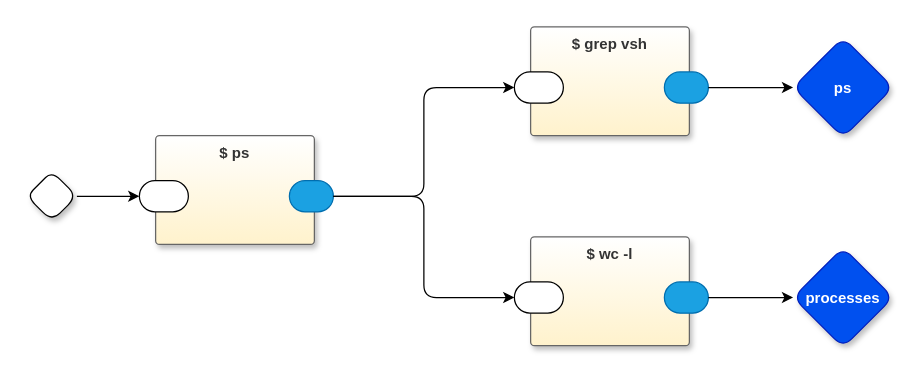
guitarvydas/vsh0d keeps this draw.io diagram as page "main" (1 of 2) of vsh0d.drawio. Above is the earlier version. Source tidied: cells renumbered, new cells numbered last; positions are measured from the earlier drawing's top-left corner, leaving out a move shared by most shapes. Both pictures are drawn from the tidied source at 125%, with x=0, y=0 at pixel (26, 26).
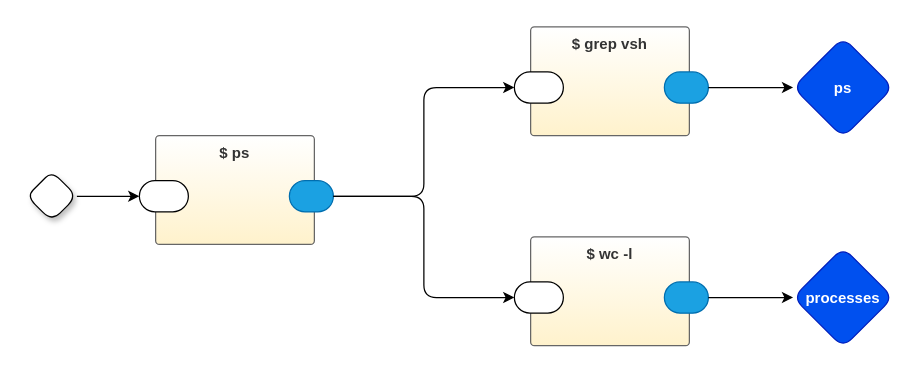
The same page after the edit.

Change to the diagram source:
```diff
@@
 <mxGraphModel>
   <root>
     <mxCell id="0" />
     <mxCell id="1" parent="0" />
     <mxCell id="2" style="edgeStyle=orthogonalEdgeStyle;rounded=1;jettySize=auto;html=1;exitX=1;exitY=0.5;exitDx=0;exitDy=0;exitPerimeter=0;entryX=0;entryY=0.5;entryDx=0;entryDy=0;entryPerimeter=0;" parent="1" edge="1" source="10" target="5">
       <mxGeometry relative="1" as="geometry" />
     </mxCell>
-    <mxCell id="3" value="ps" style="rhombus;whiteSpace=wrap;html=1;rounded=1;fillColor=#0050ef;fontColor=#ffffff;strokeColor=#001DBC;fontStyle=1;glass=0;sketch=0;fontSize=12;points=[[0,0.5,0,0,0],[0.5,0,0,0,0],[0.5,1,0,0,0],[1,0.5,0,0,0]];shadow=1;" parent="1" vertex="1">
+    <mxCell id="3" value="ps" style="rhombus;whiteSpace=wrap;html=1;rounded=1;fillColor=#0050ef;fontColor=#ffffff;strokeColor=#001DBC;fontStyle=1;glass=0;sketch=0;fontSize=12;points=[[0,0.5,0,0,0],[0.5,0,0,0,0],[0.5,1,0,0,0],[1,0.5,0,0,0]];shadow=0;" parent="1" vertex="1">
       <mxGeometry x="613" y="8.5" width="80" height="80" as="geometry" />
     </mxCell>
-    <mxCell id="4" value="$ ps" style="rounded=1;whiteSpace=wrap;html=1;sketch=0;verticalAlign=top;arcSize=6;fontStyle=1;absoluteArcSize=1;shadow=1;strokeColor=#666666;fillColor=#FFFFFF;fontColor=#333333;gradientColor=#FFF2CC;" parent="1" vertex="1">
+    <mxCell id="4" value="$ ps" style="rounded=1;whiteSpace=wrap;html=1;sketch=0;verticalAlign=top;arcSize=6;fontStyle=1;absoluteArcSize=1;shadow=0;strokeColor=#666666;fillColor=#FFFFFF;fontColor=#333333;gradientColor=#FFF2CC;" parent="1" vertex="1">
       <mxGeometry x="103" y="87" width="127" height="87" as="geometry" />
     </mxCell>
     <mxCell id="5" style="rounded=1;whiteSpace=wrap;html=1;sketch=0;points=[[0,0.5,0,0,0],[1,0.5,0,0,0]];arcSize=50;" parent="4" vertex="1">
       <mxGeometry x="-13" y="36" width="39.2" height="25" as="geometry" />
     </mxCell>
     <mxCell id="6" style="rounded=1;whiteSpace=wrap;html=1;sketch=0;points=[[0,0.5,0,0,0],[1,0.5,0,0,0]];fillColor=#1ba1e2;fontColor=#ffffff;strokeColor=#006EAF;arcSize=50;" parent="4" vertex="1">
       <mxGeometry x="107" y="36" width="35.2" height="25" as="geometry" />
     </mxCell>
-    <mxCell id="7" value="processes" style="rhombus;whiteSpace=wrap;html=1;rounded=1;fillColor=#0050ef;fontColor=#ffffff;strokeColor=#001DBC;fontStyle=1;glass=0;sketch=0;fontSize=12;points=[[0,0.5,0,0,0],[0.5,0,0,0,0],[0.5,1,0,0,0],[1,0.5,0,0,0]];shadow=1;" parent="1" vertex="1">
+    <mxCell id="7" value="processes" style="rhombus;whiteSpace=wrap;html=1;rounded=1;fillColor=#0050ef;fontColor=#ffffff;strokeColor=#001DBC;fontStyle=1;glass=0;sketch=0;fontSize=12;points=[[0,0.5,0,0,0],[0.5,0,0,0,0],[0.5,1,0,0,0],[1,0.5,0,0,0]];shadow=0;" parent="1" vertex="1">
       <mxGeometry x="613" y="176.5" width="80" height="80" as="geometry" />
     </mxCell>
     <mxCell id="8" style="edgeStyle=orthogonalEdgeStyle;rounded=1;jettySize=auto;html=1;exitX=1;exitY=0.5;exitDx=0;exitDy=0;exitPerimeter=0;entryX=0;entryY=0.5;entryDx=0;entryDy=0;entryPerimeter=0;curved=0;" parent="1" edge="1" source="6" target="12">
       <mxGeometry relative="1" as="geometry" />
     </mxCell>
     <mxCell id="9" style="edgeStyle=orthogonalEdgeStyle;rounded=1;jettySize=auto;html=1;exitX=1;exitY=0.5;exitDx=0;exitDy=0;exitPerimeter=0;entryX=0;entryY=0.5;entryDx=0;entryDy=0;entryPerimeter=0;" parent="1" edge="1" source="6" target="15">
       <mxGeometry relative="1" as="geometry" />
     </mxCell>
     <mxCell id="10" style="rhombus;whiteSpace=wrap;html=1;rounded=1;fontStyle=1;glass=0;sketch=0;fontSize=12;points=[[0,0.5,0,0,0],[0.5,0,0,0,0],[0.5,1,0,0,0],[1,0.5,0,0,0]];shadow=1;" parent="1" vertex="1">
       <mxGeometry y="115.5" width="40" height="40" as="geometry" />
     </mxCell>
-    <mxCell id="11" value="$ grep vsh" style="rounded=1;whiteSpace=wrap;html=1;sketch=0;verticalAlign=top;arcSize=6;fontStyle=1;absoluteArcSize=1;shadow=1;strokeColor=#666666;fillColor=#FFFFFF;fontColor=#333333;gradientColor=#FFF2CC;" parent="1" vertex="1">
+    <mxCell id="11" value="$ grep vsh" style="rounded=1;whiteSpace=wrap;html=1;sketch=0;verticalAlign=top;arcSize=6;fontStyle=1;absoluteArcSize=1;shadow=0;strokeColor=#666666;fillColor=#FFFFFF;fontColor=#333333;gradientColor=#FFF2CC;" parent="1" vertex="1">
       <mxGeometry x="403" width="127" height="87" as="geometry" />
     </mxCell>
     <mxCell id="12" style="rounded=1;whiteSpace=wrap;html=1;sketch=0;points=[[0,0.5,0,0,0],[1,0.5,0,0,0]];arcSize=50;" parent="11" vertex="1">
       <mxGeometry x="-13" y="36" width="39.2" height="25" as="geometry" />
     </mxCell>
     <mxCell id="13" style="rounded=1;whiteSpace=wrap;html=1;sketch=0;points=[[0,0.5,0,0,0],[1,0.5,0,0,0]];fillColor=#1ba1e2;fontColor=#ffffff;strokeColor=#006EAF;arcSize=50;" parent="11" vertex="1">
       <mxGeometry x="107" y="36" width="35.2" height="25" as="geometry" />
     </mxCell>
-    <mxCell id="14" value="$ wc -l" style="rounded=1;whiteSpace=wrap;html=1;sketch=0;verticalAlign=top;arcSize=6;fontStyle=1;absoluteArcSize=1;shadow=1;strokeColor=#666666;fillColor=#FFFFFF;fontColor=#333333;gradientColor=#FFF2CC;" parent="1" vertex="1">
+    <mxCell id="14" value="$ wc -l" style="rounded=1;whiteSpace=wrap;html=1;sketch=0;verticalAlign=top;arcSize=6;fontStyle=1;absoluteArcSize=1;shadow=0;strokeColor=#666666;fillColor=#FFFFFF;fontColor=#333333;gradientColor=#FFF2CC;" parent="1" vertex="1">
       <mxGeometry x="403" y="168" width="127" height="87" as="geometry" />
     </mxCell>
     <mxCell id="15" style="rounded=1;whiteSpace=wrap;html=1;sketch=0;points=[[0,0.5,0,0,0],[1,0.5,0,0,0]];arcSize=50;" parent="14" vertex="1">
       <mxGeometry x="-13" y="36" width="39.2" height="25" as="geometry" />
     </mxCell>
     <mxCell id="16" style="rounded=1;whiteSpace=wrap;html=1;sketch=0;points=[[0,0.5,0,0,0],[1,0.5,0,0,0]];fillColor=#1ba1e2;fontColor=#ffffff;strokeColor=#006EAF;arcSize=50;" parent="14" vertex="1">
       <mxGeometry x="107" y="36" width="35.2" height="25" as="geometry" />
     </mxCell>
     <mxCell id="17" style="edgeStyle=orthogonalEdgeStyle;rounded=0;jettySize=auto;html=1;exitX=1;exitY=0.5;exitDx=0;exitDy=0;exitPerimeter=0;entryX=0;entryY=0.5;entryDx=0;entryDy=0;entryPerimeter=0;" parent="1" edge="1" source="16" target="7">
       <mxGeometry relative="1" as="geometry" />
     </mxCell>
     <mxCell id="18" style="edgeStyle=orthogonalEdgeStyle;rounded=0;jettySize=auto;html=1;" parent="1" edge="1" source="13" target="3">
       <mxGeometry relative="1" as="geometry" />
     </mxCell>
   </root>
 </mxGraphModel>
```
